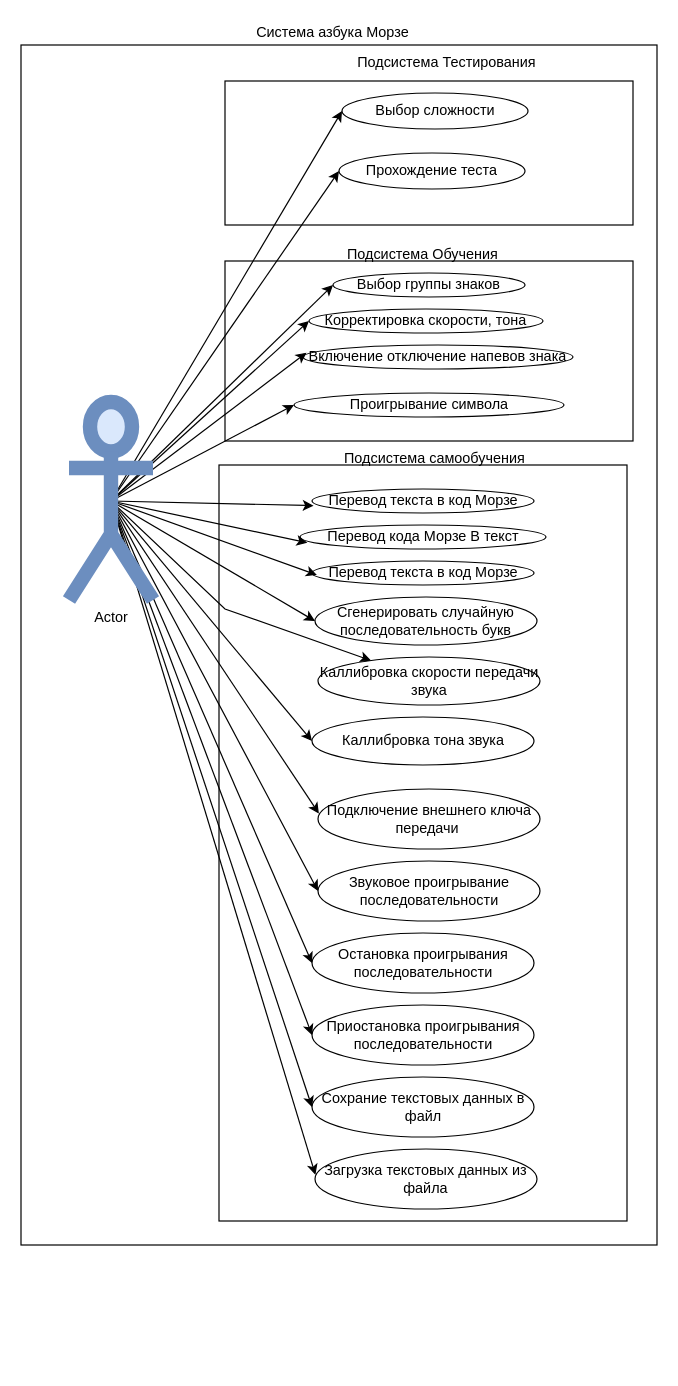
Earlier version of the draw.io diagram usecase.drawio (DieNice/TDP). Source tidied: cells renumbered, new cells numbered last; positions are measured from the earlier drawing's top-left corner, leaving out a move shared by most shapes. Both pictures are drawn from the tidied source at 120%, with x=0, y=0 at pixel (20, 20).
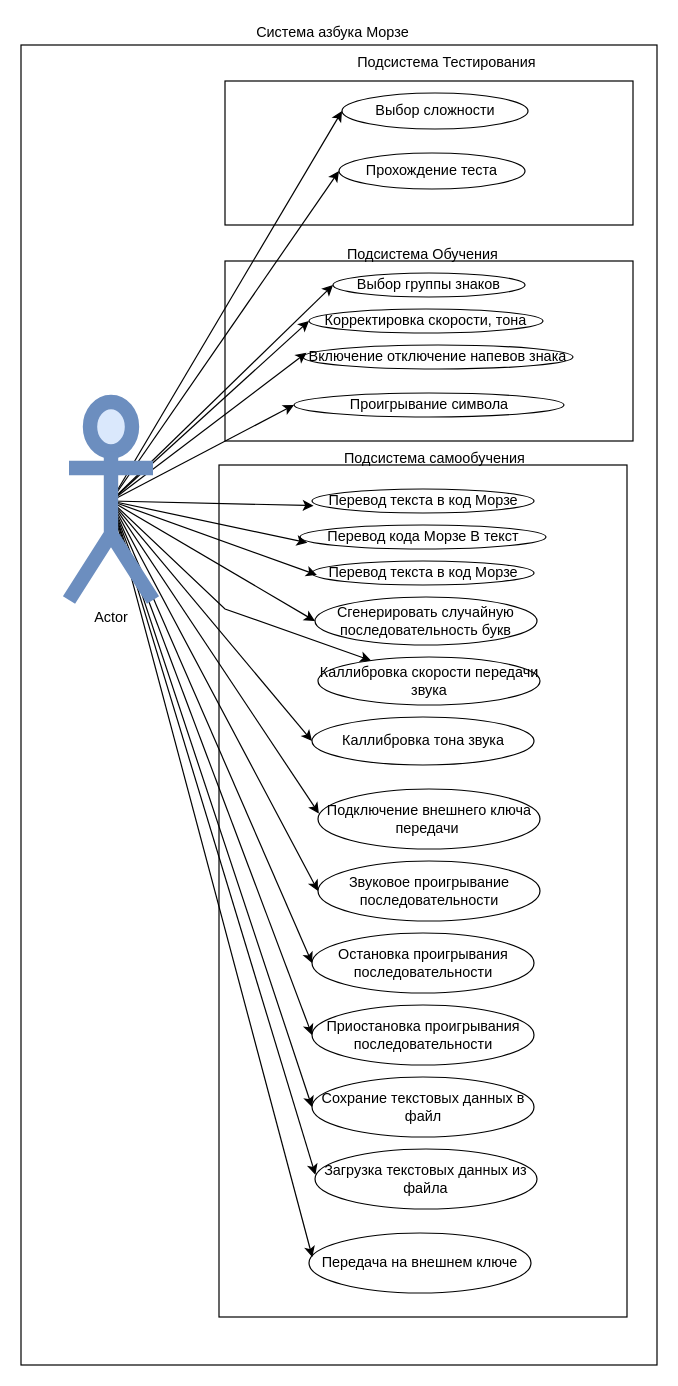
After the change.

Commit message (it also covers changes not shown here):
коррректировка usecase

Unchanged cells that the change refers to:
```xml
<mxCell id="47" value="Actor" style="shape=umlActor;verticalLabelPosition=bottom;labelBackgroundColor=#ffffff;verticalAlign=top;html=1;outlineConnect=0;fillColor=#dae8fc;strokeColor=#6c8ebf;strokeWidth=12;" parent="1" vertex="1">
  <mxGeometry x="40" y="317.5" width="70" height="165" as="geometry" />
</mxCell>
```

The edit, as a diff of the source:
```diff
@@
     <mxCell id="2" style="rounded=0;whiteSpace=wrap;html=1;fillColor=none;" parent="1" vertex="1">
-      <mxGeometry y="20" width="530" height="1000" as="geometry" />
+      <mxGeometry y="20" width="530" height="1100" as="geometry" />
     </mxCell>
@@
     <mxCell id="6" style="rounded=0;whiteSpace=wrap;html=1;fillColor=none;" parent="1" vertex="1">
-      <mxGeometry x="165" y="370" width="340" height="630" as="geometry" />
+      <mxGeometry x="165" y="370" width="340" height="710" as="geometry" />
     </mxCell>
@@
+    <mxCell id="48" style="edgeStyle=none;rounded=0;jettySize=auto;html=1;exitX=0.5;exitY=0.5;exitDx=0;exitDy=0;exitPerimeter=0;entryX=0.015;entryY=0.402;entryDx=0;entryDy=0;entryPerimeter=0;" parent="1" edge="1" source="47" target="49">
+      <mxGeometry relative="1" as="geometry" />
+    </mxCell>
@@
+    <mxCell id="49" value="Передача на внешнем ключе" style="ellipse;whiteSpace=wrap;html=1;fillColor=none;" parent="1" vertex="1">
+      <mxGeometry x="240" y="1010" width="185" height="50" as="geometry" />
+    </mxCell>
```
